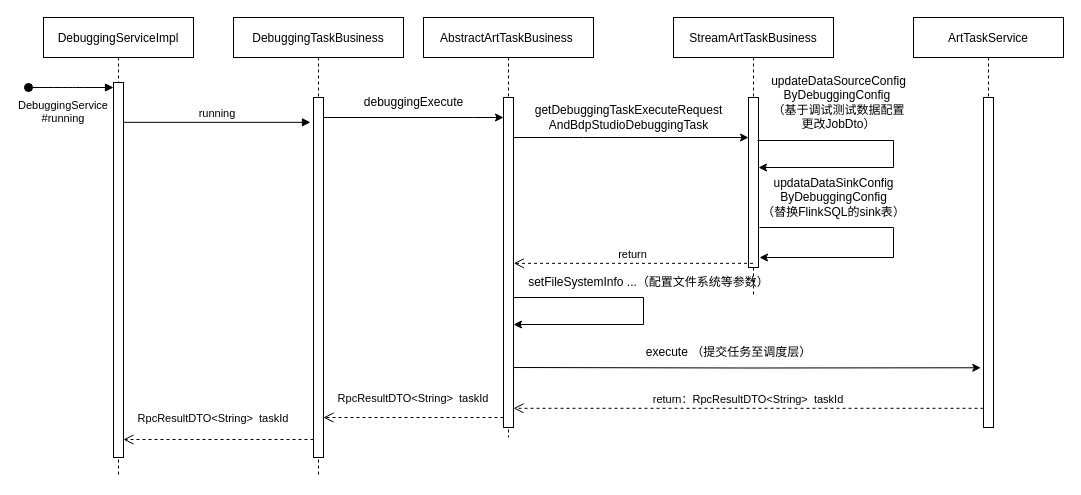
The draw.io diagram Untitled Diagram.drawio in GintokiYs/PicGo, before the edit. Source tidied: cells renumbered, new cells numbered last; positions are measured from the earlier drawing's top-left corner, leaving out a move shared by most shapes. Both pictures are drawn from the tidied source at 100%, with x=0, y=0 at pixel (28, 17).
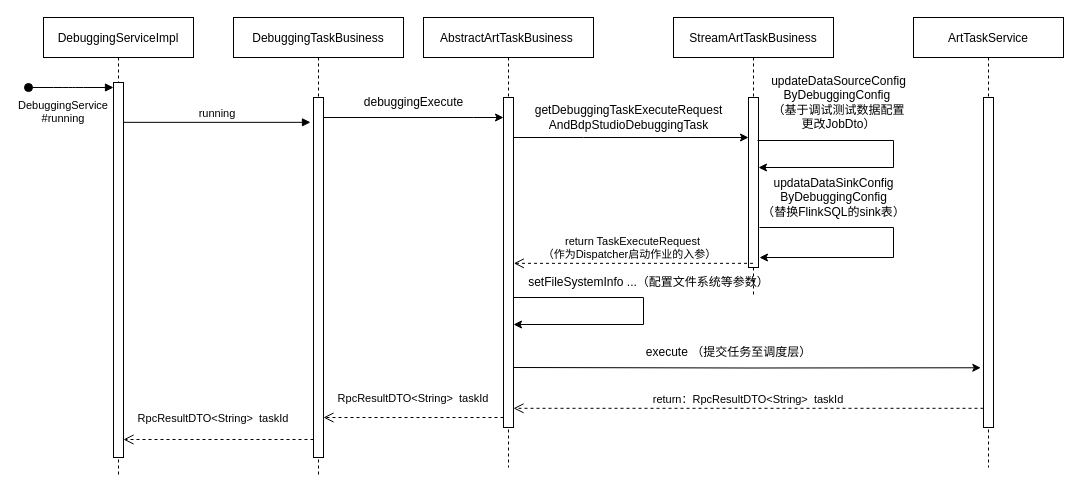
Above is the later version.

The change refers to these unchanged cells:
```xml
<mxCell id="15" value="StreamArtTaskBusiness" style="shape=umlLifeline;perimeter=lifelinePerimeter;rounded=0;shadow=0;strokeWidth=1;" parent="1" vertex="1">
  <mxGeometry x="645" width="160" height="280" as="geometry" />
</mxCell>
<mxCell id="19" value="setFileSystemInfo ...（配置文件系统等参数）" style="text;html=1;align=center;verticalAlign=middle;points=[];strokeColor=none;fillColor=none;" parent="15" vertex="1">
  <mxGeometry x="-155" y="250" width="260" height="30" as="geometry" />
</mxCell>
```

What changed in the source:
```diff
@@
     <mxCell id="9" value="AbstractArtTaskBusiness " style="shape=umlLifeline;perimeter=lifelinePerimeter;rounded=0;shadow=0;strokeWidth=1;" parent="1" vertex="1">
-      <mxGeometry x="395" width="170" height="420" as="geometry" />
+      <mxGeometry x="395" width="170" height="450" as="geometry" />
     </mxCell>
@@
-    <mxCell id="20" value="return" style="verticalAlign=bottom;endArrow=open;dashed=1;endSize=8;shadow=0;strokeWidth=1;entryX=-0.018;entryY=-0.139;entryDx=0;entryDy=0;entryPerimeter=0;" parent="15" edge="1" source="15" target="19">
+    <mxCell id="20" value="return TaskExecuteRequest&#10;（作为Dispatcher启动作业的入参）  " style="verticalAlign=bottom;endArrow=open;dashed=1;endSize=8;shadow=0;strokeWidth=1;entryX=-0.018;entryY=-0.139;entryDx=0;entryDy=0;entryPerimeter=0;" parent="15" edge="1" source="15" target="19">
       <mxGeometry relative="1" as="geometry" />
     </mxCell>
     <mxCell id="21" value="ArtTaskService" style="shape=umlLifeline;perimeter=lifelinePerimeter;rounded=0;shadow=0;strokeWidth=1;" parent="1" vertex="1">
-      <mxGeometry x="885" width="150" height="410" as="geometry" />
+      <mxGeometry x="885" width="150" height="450" as="geometry" />
     </mxCell>
```
